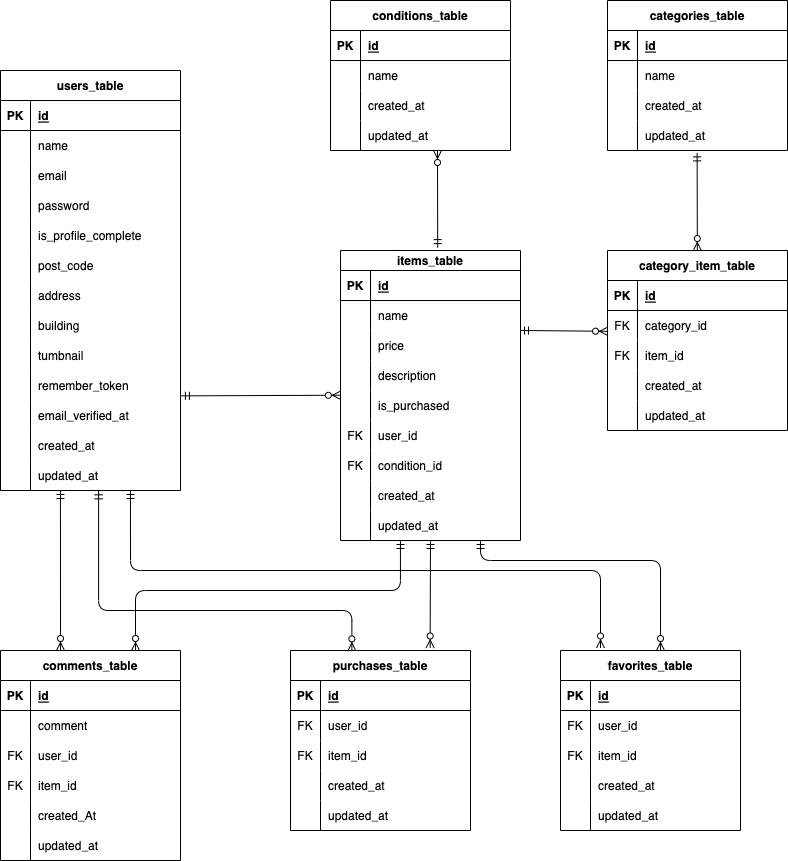
Before: src/ERD.drawio.png, a diagram exported from draw.io (hamakei0089/flea_market_app). Source tidied: cells renumbered, new cells last; positions are measured from the earlier drawing's top-left corner, leaving out a move shared by most shapes.
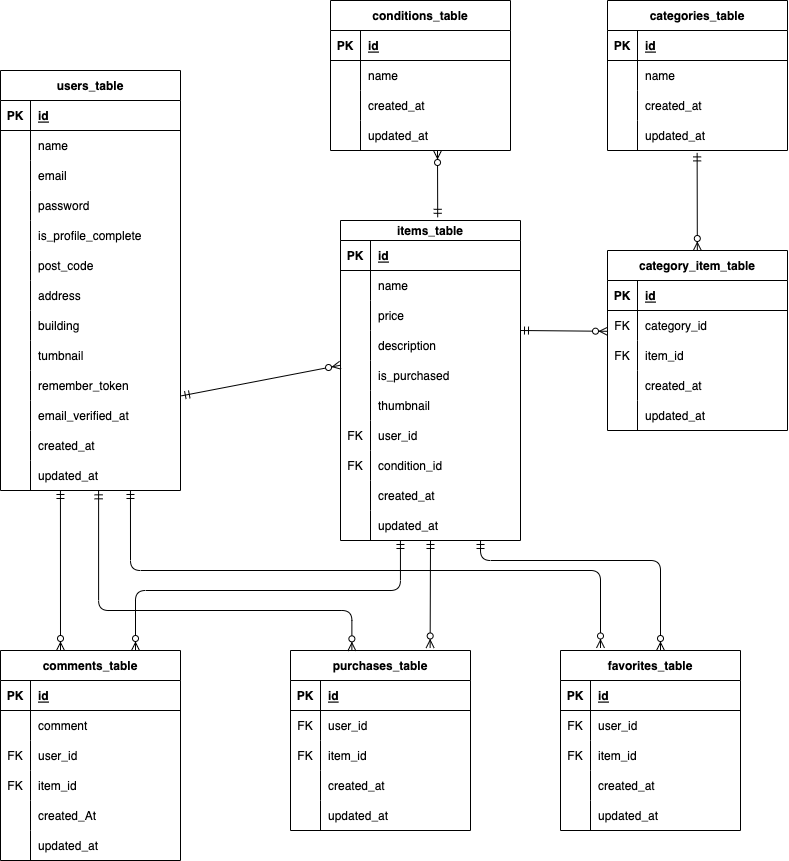
After the commit.

The edit, as a diff of the source:
```diff
@@ -123,7 +123,7 @@
       <mxGeometry x="30" width="150" height="30" as="geometry" />
     </mxCell>
     <mxCell id="42" value="items_table" style="shape=table;startSize=20;rowLines=0;fontStyle=1;align=center;" parent="1" vertex="1">
-      <mxGeometry x="340" y="250" width="180" height="290" as="geometry" />
+      <mxGeometry x="340" y="220" width="180" height="320" as="geometry" />
     </mxCell>
     <mxCell id="43" style="shape=tableRow;horizontal=0;startSize=0;swimlaneHead=0;swimlaneBody=0;fillColor=none;top=0;left=0;right=0;bottom=1;" parent="42" vertex="1">
       <mxGeometry y="20" width="180" height="30" as="geometry" />
@@ -170,8 +170,17 @@
     <mxCell id="57" value="is_purchased" style="shape=partialRectangle;fillColor=none;top=0;left=0;bottom=0;right=0;align=left;spacingLeft=6;overflow=hidden;" parent="55" vertex="1">
       <mxGeometry x="30" width="150" height="30" as="geometry" />
     </mxCell>
+    <mxCell id="173" style="shape=tableRow;horizontal=0;startSize=0;swimlaneHead=0;swimlaneBody=0;fillColor=none;top=0;left=0;right=0;bottom=0;" parent="42" vertex="1">
+      <mxGeometry y="170" width="180" height="30" as="geometry" />
+    </mxCell>
+    <mxCell id="174" style="shape=partialRectangle;fillColor=none;top=0;left=0;bottom=0;right=0;overflow=hidden;" parent="173" vertex="1">
+      <mxGeometry width="30" height="30" as="geometry" />
+    </mxCell>
+    <mxCell id="175" value="thumbnail" style="shape=partialRectangle;fillColor=none;top=0;left=0;bottom=0;right=0;align=left;spacingLeft=6;overflow=hidden;" parent="173" vertex="1">
+      <mxGeometry x="30" width="150" height="30" as="geometry" />
+    </mxCell>
     <mxCell id="58" style="shape=tableRow;horizontal=0;startSize=0;swimlaneHead=0;swimlaneBody=0;fillColor=none;top=0;left=0;right=0;bottom=0;" parent="42" vertex="1">
-      <mxGeometry y="170" width="180" height="30" as="geometry" />
+      <mxGeometry y="200" width="180" height="30" as="geometry" />
     </mxCell>
     <mxCell id="59" value="FK" style="shape=partialRectangle;fillColor=none;top=0;left=0;bottom=0;right=0;overflow=hidden;" parent="58" vertex="1">
       <mxGeometry width="30" height="30" as="geometry" />
@@ -180,7 +189,7 @@
       <mxGeometry x="30" width="150" height="30" as="geometry" />
     </mxCell>
     <mxCell id="61" style="shape=tableRow;horizontal=0;startSize=0;swimlaneHead=0;swimlaneBody=0;fillColor=none;top=0;left=0;right=0;bottom=0;" parent="42" vertex="1">
-      <mxGeometry y="200" width="180" height="30" as="geometry" />
+      <mxGeometry y="230" width="180" height="30" as="geometry" />
     </mxCell>
     <mxCell id="62" value="FK" style="shape=partialRectangle;fillColor=none;top=0;left=0;bottom=0;right=0;overflow=hidden;" parent="61" vertex="1">
       <mxGeometry width="30" height="30" as="geometry" />
@@ -189,7 +198,7 @@
       <mxGeometry x="30" width="150" height="30" as="geometry" />
     </mxCell>
     <mxCell id="64" style="shape=tableRow;horizontal=0;startSize=0;swimlaneHead=0;swimlaneBody=0;fillColor=none;top=0;left=0;right=0;bottom=0;" parent="42" vertex="1">
-      <mxGeometry y="230" width="180" height="30" as="geometry" />
+      <mxGeometry y="260" width="180" height="30" as="geometry" />
     </mxCell>
     <mxCell id="65" style="shape=partialRectangle;fillColor=none;top=0;left=0;bottom=0;right=0;overflow=hidden;" parent="64" vertex="1">
       <mxGeometry width="30" height="30" as="geometry" />
@@ -198,7 +207,7 @@
       <mxGeometry x="30" width="150" height="30" as="geometry" />
     </mxCell>
     <mxCell id="67" style="shape=tableRow;horizontal=0;startSize=0;swimlaneHead=0;swimlaneBody=0;fillColor=none;points=[[0,0.5],[1,0.5]];portConstraint=eastwest;top=0;left=0;right=0;bottom=0;" parent="42" vertex="1">
-      <mxGeometry y="260" width="180" height="30" as="geometry" />
+      <mxGeometry y="290" width="180" height="30" as="geometry" />
     </mxCell>
     <mxCell id="68" style="shape=partialRectangle;fillColor=none;top=0;left=0;bottom=0;right=0;overflow=hidden;" parent="67" vertex="1">
       <mxGeometry width="30" height="30" as="geometry" />
```
